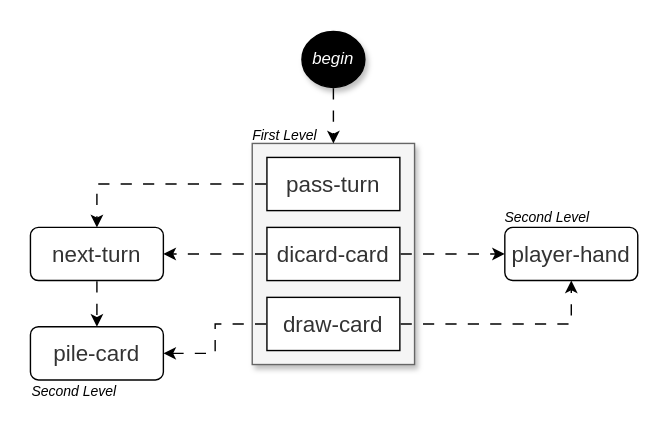
Above: architecture-1.drawio.svg in olbiwan/uno (draw.io), before the change. Source tidied: cells renumbered, new cells last; positions are measured from the earlier drawing's top-left corner, leaving out a move shared by most shapes.
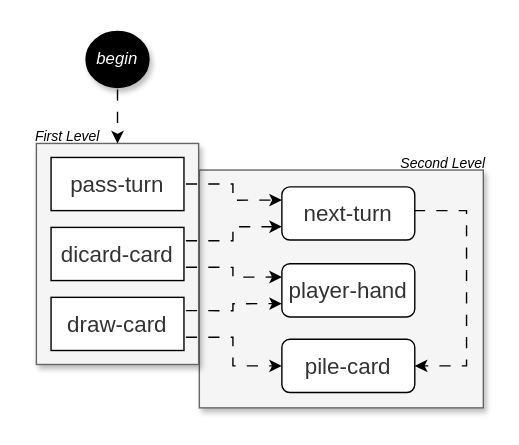
The same file after the commit.

What changed in the source:
```diff
@@ -2,44 +2,53 @@
   <root>
     <mxCell id="0" />
     <mxCell id="1" parent="0" />
+    <mxCell id="20" style="rounded=0;whiteSpace=wrap;html=1;fillColor=#f5f5f5;fontColor=#333333;strokeColor=#666666;shadow=1;" parent="1" vertex="1">
+      <mxGeometry x="278" y="99" width="203" height="170" as="geometry" />
+    </mxCell>
     <mxCell id="2" style="rounded=0;whiteSpace=wrap;html=1;fillColor=#f5f5f5;fontColor=#333333;strokeColor=#666666;shadow=1;" parent="1" vertex="1">
       <mxGeometry x="161.5" y="80" width="116" height="158" as="geometry" />
     </mxCell>
-    <mxCell id="3" style="edgeStyle=orthogonalEdgeStyle;rounded=0;jettySize=auto;html=1;exitX=0;exitY=0.5;exitDx=0;exitDy=0;flowAnimation=1;entryX=0.5;entryY=0;entryDx=0;entryDy=0;" parent="1" edge="1" source="4" target="12">
+    <mxCell id="3" style="edgeStyle=orthogonalEdgeStyle;rounded=0;jettySize=auto;html=1;exitX=1;exitY=0.5;exitDx=0;exitDy=0;flowAnimation=1;entryX=0;entryY=0.25;entryDx=0;entryDy=0;" parent="1" edge="1" source="4" target="12">
       <mxGeometry relative="1" as="geometry" />
     </mxCell>
     <mxCell id="4" value="&lt;span style=&quot;color: rgb(51, 51, 51); font-family: &amp;quot;trebuchet ms&amp;quot;, verdana, arial, sans-serif; font-size: 16px; text-wrap: nowrap; background-color: rgb(255, 255, 255);&quot;&gt;pass-turn&lt;/span&gt;" style="rounded=0;whiteSpace=wrap;html=1;" parent="1" vertex="1">
       <mxGeometry x="172" y="90" width="95" height="38" as="geometry" />
     </mxCell>
-    <mxCell id="5" style="edgeStyle=orthogonalEdgeStyle;rounded=0;jettySize=auto;html=1;flowAnimation=1;" parent="1" edge="1" source="6" target="14">
+    <mxCell id="5" style="edgeStyle=orthogonalEdgeStyle;rounded=0;jettySize=auto;html=1;flowAnimation=1;entryX=0;entryY=0.25;entryDx=0;entryDy=0;exitX=1;exitY=0.75;exitDx=0;exitDy=0;" parent="1" edge="1" source="6" target="14">
       <mxGeometry relative="1" as="geometry" />
     </mxCell>
     <mxCell id="6" value="&lt;span style=&quot;color: rgb(51, 51, 51); font-family: &amp;quot;trebuchet ms&amp;quot;, verdana, arial, sans-serif; font-size: 16px; text-wrap: nowrap;&quot;&gt;dicard-card&lt;/span&gt;" style="rounded=0;whiteSpace=wrap;html=1;" parent="1" vertex="1">
       <mxGeometry x="172" y="140" width="95" height="38" as="geometry" />
     </mxCell>
-    <mxCell id="7" style="edgeStyle=orthogonalEdgeStyle;rounded=0;jettySize=auto;html=1;exitX=0;exitY=0.5;exitDx=0;exitDy=0;flowAnimation=1;entryX=1;entryY=0.5;entryDx=0;entryDy=0;" parent="1" edge="1" source="6" target="12">
+    <mxCell id="7" style="edgeStyle=orthogonalEdgeStyle;rounded=0;jettySize=auto;html=1;exitX=1;exitY=0.25;exitDx=0;exitDy=0;flowAnimation=1;entryX=0;entryY=0.75;entryDx=0;entryDy=0;" parent="1" edge="1" source="6" target="12">
       <mxGeometry relative="1" as="geometry" />
     </mxCell>
-    <mxCell id="8" style="edgeStyle=orthogonalEdgeStyle;rounded=0;jettySize=auto;html=1;exitX=1;exitY=0.5;exitDx=0;exitDy=0;flowAnimation=1;" parent="1" edge="1" source="10" target="14">
+    <mxCell id="8" style="edgeStyle=orthogonalEdgeStyle;rounded=0;jettySize=auto;html=1;exitX=1;exitY=0.25;exitDx=0;exitDy=0;flowAnimation=1;entryX=0;entryY=0.75;entryDx=0;entryDy=0;" parent="1" edge="1" source="10" target="14">
       <mxGeometry relative="1" as="geometry" />
     </mxCell>
-    <mxCell id="9" style="edgeStyle=orthogonalEdgeStyle;rounded=0;jettySize=auto;html=1;entryX=1;entryY=0.5;entryDx=0;entryDy=0;flowAnimation=1;exitX=0;exitY=0.5;exitDx=0;exitDy=0;" parent="1" edge="1" source="10" target="13">
+    <mxCell id="9" style="edgeStyle=orthogonalEdgeStyle;rounded=0;jettySize=auto;html=1;entryX=0;entryY=0.5;entryDx=0;entryDy=0;flowAnimation=1;exitX=1;exitY=0.75;exitDx=0;exitDy=0;" parent="1" edge="1" source="10" target="13">
       <mxGeometry relative="1" as="geometry" />
     </mxCell>
     <mxCell id="10" value="&lt;span style=&quot;color: rgb(51, 51, 51); font-family: &amp;quot;trebuchet ms&amp;quot;, verdana, arial, sans-serif; font-size: 16px; text-wrap: nowrap; background-color: rgb(255, 255, 255);&quot;&gt;draw-card&lt;/span&gt;" style="rounded=0;whiteSpace=wrap;html=1;" parent="1" vertex="1">
       <mxGeometry x="172" y="190" width="95" height="38" as="geometry" />
     </mxCell>
-    <mxCell id="11" style="edgeStyle=orthogonalEdgeStyle;rounded=0;jettySize=auto;html=1;entryX=0.5;entryY=0;entryDx=0;entryDy=0;flowAnimation=1;exitX=0.5;exitY=1;exitDx=0;exitDy=0;" parent="1" edge="1" source="12" target="13">
-      <mxGeometry relative="1" as="geometry" />
+    <mxCell id="11" style="edgeStyle=orthogonalEdgeStyle;rounded=0;jettySize=auto;html=1;entryX=1;entryY=0.5;entryDx=0;entryDy=0;flowAnimation=1;exitX=1;exitY=0.5;exitDx=0;exitDy=0;" parent="1" edge="1" source="12" target="13">
+      <mxGeometry relative="1" as="geometry">
+        <Array as="points">
+          <mxPoint x="432" y="128" />
+          <mxPoint x="469" y="128" />
+          <mxPoint x="469" y="239" />
+        </Array>
+      </mxGeometry>
     </mxCell>
     <mxCell id="12" value="&lt;span style=&quot;color: rgb(51, 51, 51); font-family: &amp;quot;trebuchet ms&amp;quot;, verdana, arial, sans-serif; font-size: 16px; text-wrap: nowrap; background-color: rgb(255, 255, 255);&quot;&gt;next-turn&lt;/span&gt;" style="rounded=1;whiteSpace=wrap;html=1;" parent="1" vertex="1">
-      <mxGeometry x="3" y="140" width="95" height="38" as="geometry" />
+      <mxGeometry x="337" y="111" width="95" height="38" as="geometry" />
     </mxCell>
     <mxCell id="13" value="&lt;span style=&quot;color: rgb(51, 51, 51); font-family: &amp;quot;trebuchet ms&amp;quot;, verdana, arial, sans-serif; font-size: 16px; text-wrap: nowrap; background-color: rgb(255, 255, 255);&quot;&gt;pile-card&lt;/span&gt;" style="rounded=1;whiteSpace=wrap;html=1;" parent="1" vertex="1">
-      <mxGeometry x="3" y="211" width="95" height="38" as="geometry" />
+      <mxGeometry x="337" y="220" width="95" height="38" as="geometry" />
     </mxCell>
     <mxCell id="14" value="&lt;span style=&quot;color: rgb(51, 51, 51); font-family: &amp;quot;trebuchet ms&amp;quot;, verdana, arial, sans-serif; font-size: 16px; text-wrap: nowrap; background-color: rgb(255, 255, 255);&quot;&gt;player-hand&lt;/span&gt;" style="rounded=1;whiteSpace=wrap;html=1;" parent="1" vertex="1">
-      <mxGeometry x="342" y="140" width="95" height="38" as="geometry" />
+      <mxGeometry x="337" y="166" width="95" height="38" as="geometry" />
     </mxCell>
     <mxCell id="15" style="edgeStyle=orthogonalEdgeStyle;rounded=0;jettySize=auto;html=1;entryX=0.5;entryY=0;entryDx=0;entryDy=0;flowAnimation=1;" parent="1" edge="1" source="16" target="2">
       <mxGeometry relative="1" as="geometry" />
@@ -48,13 +57,10 @@
       <mxGeometry x="197" width="45" height="40" as="geometry" />
     </mxCell>
     <mxCell id="17" value="First Level" style="text;html=1;align=center;verticalAlign=middle;whiteSpace=wrap;rounded=0;fontStyle=2;fontSize=10;" parent="1" vertex="1">
-      <mxGeometry x="154.5" y="59" width="60" height="30" as="geometry" />
+      <mxGeometry x="153.5" y="60" width="60" height="30" as="geometry" />
     </mxCell>
-    <mxCell id="18" value="Second Level" style="text;html=1;align=center;verticalAlign=middle;whiteSpace=wrap;rounded=0;fontStyle=2;fontSize=10;" parent="1" vertex="1">
-      <mxGeometry x="338" y="118" width="69" height="30" as="geometry" />
-    </mxCell>
-    <mxCell id="19" value="Second Level" style="text;html=1;align=center;verticalAlign=middle;whiteSpace=wrap;rounded=0;fontStyle=2;fontSize=10;" parent="1" vertex="1">
-      <mxGeometry y="242" width="69" height="30" as="geometry" />
-    </mxCell>
+    <mxCell id="21" value="Second Level" style="text;html=1;align=center;verticalAlign=middle;whiteSpace=wrap;rounded=0;fontStyle=2;fontSize=10;" parent="1" vertex="1">
+      <mxGeometry x="419" y="79" width="67" height="30" as="geometry" />
+    </mxCell>
   </root>
 </mxGraphModel>
```
